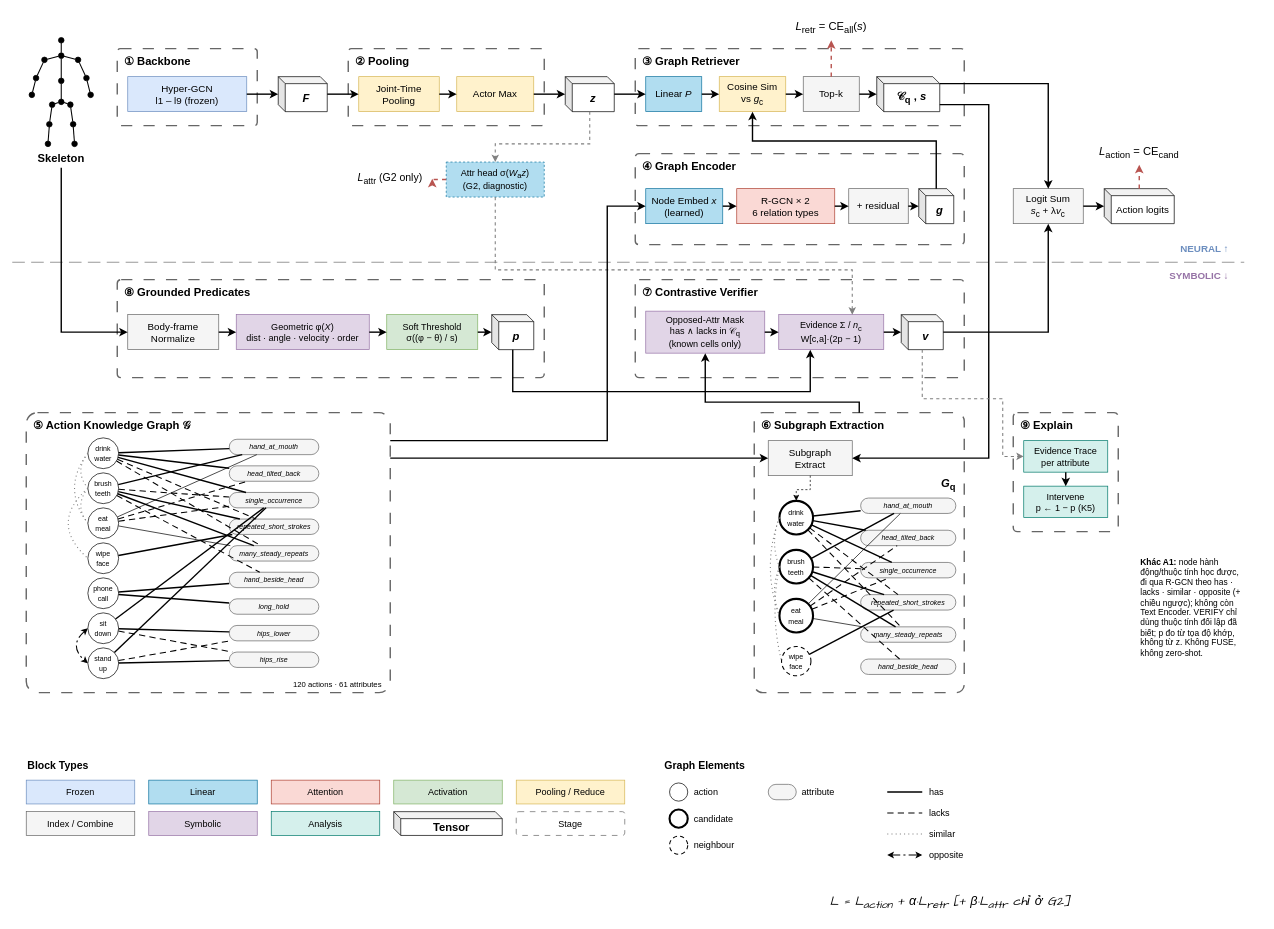
Before: page "A1-G Graph Retrieval" (2 of 2) of Hyper-GCN/drawio/architecture_rvf_hgcn.drawio in NguyenBaoHuy05/thesis, a draw.io diagram. Source tidied: cells renumbered, new cells numbered last; positions are measured from the earlier drawing's top-left corner, leaving out a move shared by most shapes. Both pictures are drawn from the tidied source at 70%, with x=0, y=0 at pixel (12, 15).
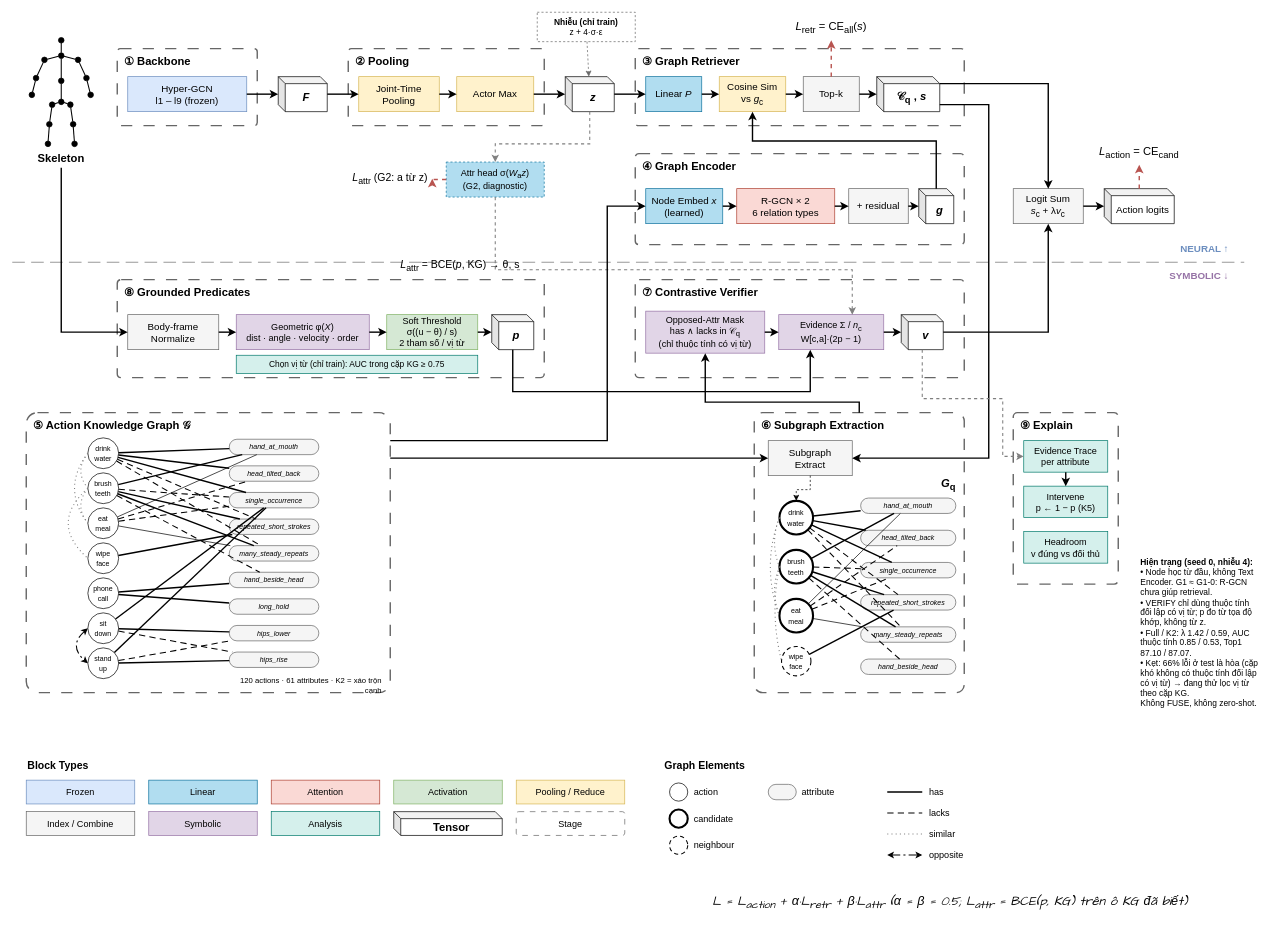
The same diagram, later.

The change refers to these unchanged cells:
```xml
<mxCell id="147" value="&lt;font style=&quot;font-size: 16px;&quot;&gt;&lt;b&gt;&lt;i&gt;z&lt;/i&gt;&lt;/b&gt;&lt;/font&gt;" style="shape=cube;whiteSpace=wrap;html=1;boundedLbl=1;backgroundOutline=1;darkOpacity=0.05;darkOpacity2=0.1;size=10;fillColor=#ffffff;strokeColor=#000000;strokeWidth=1;" parent="1" vertex="1">
  <mxGeometry x="790" y="88" width="70" height="50" as="geometry" />
</mxCell>
```

Diff of the diagram source:
```diff
@@
-    <mxCell id="79" value="&lt;font style=&quot;font-size: 11px;&quot;&gt;120 actions · 61 attributes&lt;/font&gt;" style="text;html=1;align=right;verticalAlign=middle;whiteSpace=wrap;strokeColor=none;fillColor=none;fontColor=#000000;" parent="1" vertex="1">
+    <mxCell id="79" value="&lt;font style=&quot;font-size: 11px;&quot;&gt;120 actions · 61 attributes · K2 = xáo trộn cạnh&lt;/font&gt;" style="text;html=1;align=right;verticalAlign=middle;whiteSpace=wrap;strokeColor=none;fillColor=none;fontColor=#000000;" parent="1" vertex="1">
       <mxGeometry x="300" y="948" width="230" height="18" as="geometry" />
     </mxCell>
@@
-    <mxCell id="155" value="&lt;font style=&quot;font-size: 15px;&quot;&gt;&lt;i&gt;L&lt;/i&gt;&lt;sub&gt;attr&lt;/sub&gt; (G2 only)&lt;/font&gt;" style="text;html=1;align=center;verticalAlign=middle;whiteSpace=wrap;strokeColor=none;fillColor=none;fontColor=#000000;" parent="1" vertex="1">
+    <mxCell id="155" value="&lt;font style=&quot;font-size: 15px;&quot;&gt;&lt;i&gt;L&lt;/i&gt;&lt;sub&gt;attr&lt;/sub&gt; (G2: a từ z)&lt;/font&gt;" style="text;html=1;align=center;verticalAlign=middle;whiteSpace=wrap;strokeColor=none;fillColor=none;fontColor=#000000;" parent="1" vertex="1">
       <mxGeometry x="480" y="216" width="120" height="36" as="geometry" />
     </mxCell>
@@
-    <mxCell id="167" value="&lt;font style=&quot;font-size: 13px;&quot;&gt;Soft Threshold&lt;br&gt;σ((φ − θ) / s)&lt;/font&gt;" style="rounded=0;whiteSpace=wrap;html=1;fillColor=#d5e8d4;strokeColor=#82b366;" parent="1" vertex="1">
+    <mxCell id="167" value="&lt;font style=&quot;font-size: 13px;&quot;&gt;Soft Threshold&lt;br&gt;σ((u − θ) / s)&lt;br&gt;2 tham số / vị từ&lt;/font&gt;" style="rounded=0;whiteSpace=wrap;html=1;fillColor=#d5e8d4;strokeColor=#82b366;" parent="1" vertex="1">
       <mxGeometry x="535" y="428" width="130" height="50" as="geometry" />
     </mxCell>
@@
-    <mxCell id="170" value="&lt;font style=&quot;font-size: 13px;&quot;&gt;Opposed-Attr Mask&lt;br&gt;has ∧ lacks in 𝒞&lt;sub&gt;q&lt;/sub&gt;&lt;br&gt;(known cells only)&lt;/font&gt;" style="rounded=0;whiteSpace=wrap;html=1;fillColor=#e1d5e7;strokeColor=#9673a6;" parent="1" vertex="1">
+    <mxCell id="170" value="&lt;font style=&quot;font-size: 13px;&quot;&gt;Opposed-Attr Mask&lt;br&gt;has ∧ lacks in 𝒞&lt;sub&gt;q&lt;/sub&gt;&lt;br&gt;(chỉ thuộc tính có vị từ)&lt;/font&gt;" style="rounded=0;whiteSpace=wrap;html=1;fillColor=#e1d5e7;strokeColor=#9673a6;" parent="1" vertex="1">
       <mxGeometry x="905" y="423" width="170" height="60" as="geometry" />
     </mxCell>
@@
     <mxCell id="176" value="&lt;font style=&quot;font-size: 16px;&quot;&gt;&lt;b&gt;⑨ Explain&lt;/b&gt;&lt;/font&gt;" style="rounded=1;whiteSpace=wrap;html=1;dashed=1;dashPattern=8 8;strokeWidth=2;fillColor=none;strokeColor=#666666;verticalAlign=top;align=left;spacingLeft=8;spacingTop=2;arcSize=4;" parent="1" vertex="1">
-      <mxGeometry x="1430" y="568" width="150" height="170" as="geometry" />
+      <mxGeometry x="1430" y="568" width="150" height="245" as="geometry" />
     </mxCell>
@@
-    <mxCell id="212" value="&lt;i&gt;&lt;font face=&quot;Comic Sans MS&quot; style=&quot;font-size: 18px;&quot;&gt;L = L&lt;sub&gt;action&lt;/sub&gt; + α·L&lt;sub&gt;retr&lt;/sub&gt;  [+ β·L&lt;sub&gt;attr&lt;/sub&gt; chỉ ở G2]&lt;/font&gt;&lt;/i&gt;" style="text;html=1;align=center;verticalAlign=middle;whiteSpace=wrap;strokeColor=none;fillColor=none;fontColor=#000000;" parent="1" vertex="1">
+    <mxCell id="212" value="&lt;i&gt;&lt;font face=&quot;Comic Sans MS&quot; style=&quot;font-size: 18px;&quot;&gt;L = L&lt;sub&gt;action&lt;/sub&gt; + α·L&lt;sub&gt;retr&lt;/sub&gt; + β·L&lt;sub&gt;attr&lt;/sub&gt;   (α = β = 0.5; L&lt;sub&gt;attr&lt;/sub&gt; = BCE(p, KG) trên ô KG đã biết)&lt;/font&gt;&lt;/i&gt;" style="text;html=1;align=center;verticalAlign=middle;whiteSpace=wrap;strokeColor=none;fillColor=none;fontColor=#000000;" parent="1" vertex="1">
       <mxGeometry x="930" y="1248" width="820" height="40" as="geometry" />
     </mxCell>
-    <mxCell id="213" value="&lt;font style=&quot;font-size: 12px;&quot;&gt;&lt;b&gt;Khác A1:&lt;/b&gt; node hành động/thuộc tính học được, đi qua R-GCN theo has · lacks · similar · opposite (+ chiều ngược); không còn Text Encoder. VERIFY chỉ dùng thuộc tính đối lập đã biết; p đo từ tọa độ khớp, không từ z. Không FUSE, không zero-shot.&lt;/font&gt;" style="text;html=1;align=left;verticalAlign=top;whiteSpace=wrap;strokeColor=none;fillColor=none;fontColor=#000000;" parent="1" vertex="1">
-      <mxGeometry x="1610" y="768" width="150" height="230" as="geometry" />
+    <mxCell id="213" value="&lt;font style=&quot;font-size: 12px;&quot;&gt;&lt;b&gt;Hiện trạng (seed 0, nhiễu 4):&lt;/b&gt;&lt;br&gt;• Node học từ đầu, không Text Encoder. G1 ≈ G1-0: R-GCN chưa giúp retrieval.&lt;br&gt;• VERIFY chỉ dùng thuộc tính đối lập có vị từ; p đo từ tọa độ khớp, không từ z.&lt;br&gt;• Full / K2: λ 1.42 / 0.59, AUC thuộc tính 0.85 / 0.53, Top1 87.10 / 87.07.&lt;br&gt;• Kẹt: 66% lỗi ở test là hòa (cặp khó không có thuộc tính đối lập có vị từ) → đang thử lọc vị từ theo cặp KG.&lt;br&gt;Không FUSE, không zero-shot.&lt;/font&gt;" style="text;html=1;align=left;verticalAlign=top;whiteSpace=wrap;strokeColor=none;fillColor=none;fontColor=#000000;" parent="1" vertex="1">
+      <mxGeometry x="1610" y="768" width="175" height="330" as="geometry" />
     </mxCell>
+    <mxCell id="214" value="&lt;font style=&quot;font-size: 12px;&quot;&gt;&lt;b&gt;Nhiễu (chỉ train)&lt;/b&gt;&lt;br&gt;z + 4·σ·ε&lt;/font&gt;" style="rounded=0;whiteSpace=wrap;html=1;fillColor=#ffffff;strokeColor=#666666;dashed=1;" parent="1" vertex="1">
+      <mxGeometry x="750" y="-4" width="140" height="42" as="geometry" />
+    </mxCell>
+    <mxCell id="215" value="&lt;font style=&quot;font-size: 12px;&quot;&gt;Chọn vị từ (chỉ train): AUC trong cặp KG ≥ 0.75&lt;/font&gt;" style="rounded=0;whiteSpace=wrap;html=1;fillColor=#d5f0ec;strokeColor=#00796b;" parent="1" vertex="1">
+      <mxGeometry x="320" y="486" width="345" height="26" as="geometry" />
+    </mxCell>
+    <mxCell id="216" value="&lt;font style=&quot;font-size: 15px;&quot;&gt;&lt;i&gt;L&lt;/i&gt;&lt;sub&gt;attr&lt;/sub&gt; = BCE(&lt;i&gt;p&lt;/i&gt;, KG) → θ, s&lt;/font&gt;" style="text;html=1;align=center;verticalAlign=middle;whiteSpace=wrap;strokeColor=none;fillColor=none;fontColor=#000000;" parent="1" vertex="1">
+      <mxGeometry x="520" y="342" width="240" height="32" as="geometry" />
+    </mxCell>
+    <mxCell id="217" value="&lt;font style=&quot;font-size: 13px;&quot;&gt;Headroom&lt;br&gt;v đúng vs đối thủ&lt;/font&gt;" style="rounded=0;whiteSpace=wrap;html=1;fillColor=#d5f0ec;strokeColor=#00796b;" parent="1" vertex="1">
+      <mxGeometry x="1445" y="738" width="120" height="45" as="geometry" />
+    </mxCell>
+    <mxCell id="218" style="endArrow=classic;html=1;dashed=1;strokeColor=#666666;" parent="1" edge="1" source="214" target="147">
+      <mxGeometry relative="1" as="geometry" />
+    </mxCell>
```
